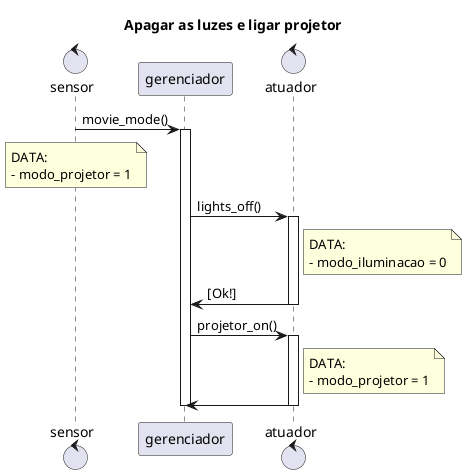
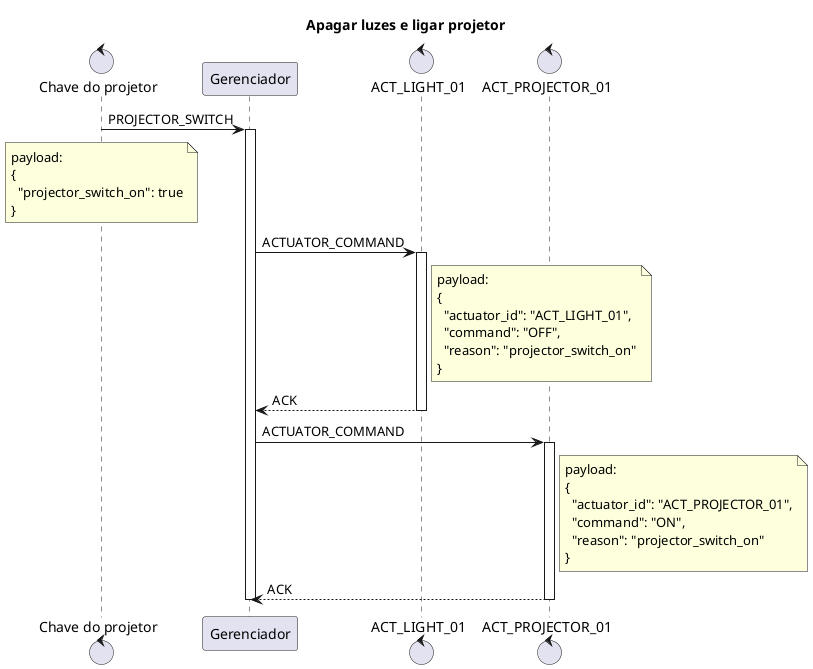
@startuml

- title Apagar as luzes e ligar projetor
+ title Apagar luzes e ligar projetor

- control sensor
- participant gerenciador
- control atuador
+ control "Chave do projetor" as projector_switch
+ participant "Gerenciador" as manager
+ control "ACT_LIGHT_01" as light
+ control "ACT_PROJECTOR_01" as projector

- sensor -> gerenciador : movie_mode()
- activate gerenciador
- note over sensor
-   DATA:
-   - modo_projetor = 1
+ projector_switch -> manager : PROJECTOR_SWITCH
+ activate manager
+ note over projector_switch
+   payload:
+   {
+     "projector_switch_on": true
+   }
end note

- gerenciador -> atuador : lights_off()
- activate atuador
- note right of atuador
-   DATA:
-   - modo_iluminacao = 0
+ manager -> light : ACTUATOR_COMMAND
+ activate light
+ note right of light
+   payload:
+   {
+     "actuator_id": "ACT_LIGHT_01",
+     "command": "OFF",
+     "reason": "projector_switch_on"
+   }
end note
+ light --> manager : ACK
+ deactivate light

- gerenciador <- atuador : [Ok!]
- deactivate atuador
+ manager -> projector : ACTUATOR_COMMAND
+ activate projector
+ note right of projector
+   payload:
+   {
+     "actuator_id": "ACT_PROJECTOR_01",
+     "command": "ON",
+     "reason": "projector_switch_on"
+   }
+ end note
+ projector --> manager : ACK
+ deactivate projector

- gerenciador -> atuador : projetor_on()
- activate atuador
- note right of atuador
-   DATA:
-   - modo_projetor = 1
- end note
+ deactivate manager

- gerenciador <- atuador
- deactivate atuador
- deactivate gerenciador
- 
- 
- @enduml+ @enduml
